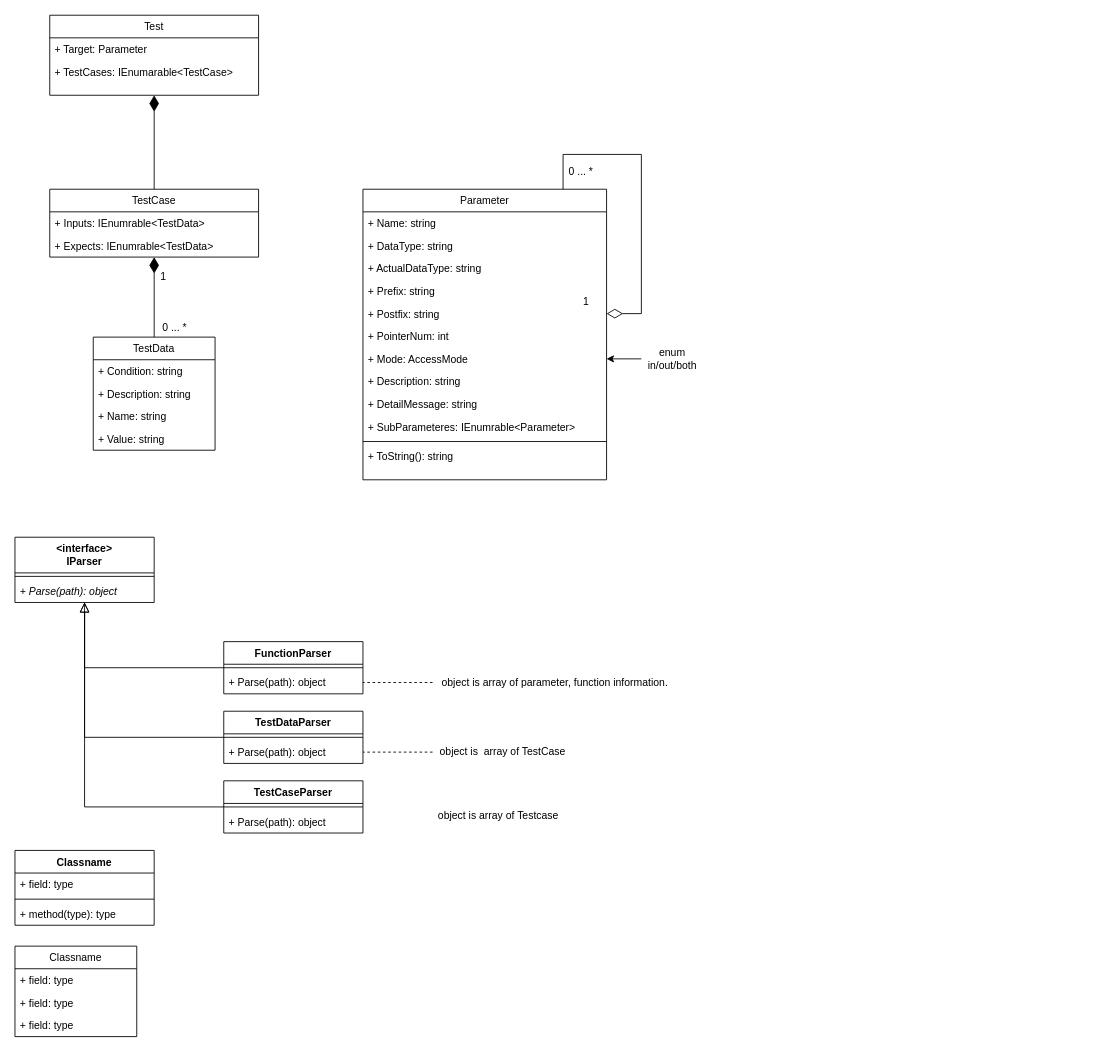
This is page "class" (3 of 4) of AutoTestPrep/doc/design/AutoTestPrep.drawio from CountrySideEngineer/TestSupportTools, a draw.io file, before an edit. Source tidied: cells renumbered, new cells numbered last; positions are measured from the earlier drawing's top-left corner, leaving out a move shared by most shapes. Both pictures are drawn from the tidied source at 87%, with x=0, y=0 at pixel (15, 15).
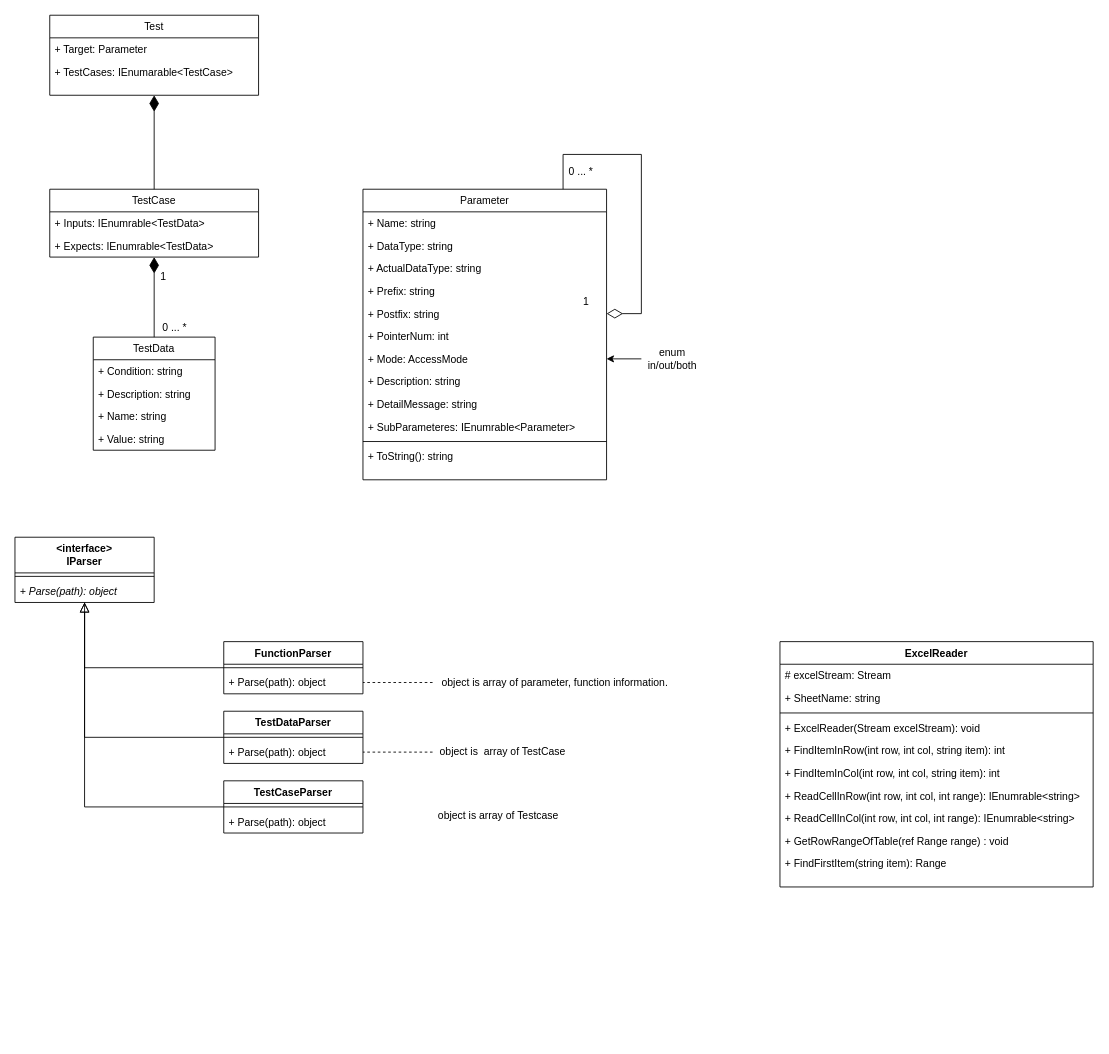
The same diagram, later.

What changed in the source:
```diff
@@
-    <mxCell id="52" value="Classname" style="swimlane;fontStyle=1;align=center;verticalAlign=top;horizontal=1;startSize=26;" parent="1" vertex="1">
-      <mxGeometry x="-0.3" y="960" width="160" height="86" as="geometry" />
-    </mxCell>
-    <mxCell id="53" value="+ field: type" style="text;strokeColor=none;fillColor=none;align=left;verticalAlign=top;spacingLeft=4;spacingRight=4;overflow=hidden;" parent="52" vertex="1">
-      <mxGeometry y="26" width="160" height="26" as="geometry" />
-    </mxCell>
-    <mxCell id="54" style="line;strokeWidth=1;fillColor=none;align=left;verticalAlign=middle;spacingTop=-1;spacingLeft=3;spacingRight=3;labelPosition=right;" parent="52" vertex="1">
-      <mxGeometry y="52" width="160" height="8" as="geometry" />
-    </mxCell>
-    <mxCell id="55" value="+ method(type): type" style="text;strokeColor=none;fillColor=none;align=left;verticalAlign=top;spacingLeft=4;spacingRight=4;overflow=hidden;" parent="52" vertex="1">
-      <mxGeometry y="60" width="160" height="26" as="geometry" />
-    </mxCell>
-    <mxCell id="56" value="Classname" style="swimlane;fontStyle=0;horizontal=1;startSize=26;fillColor=none;" parent="1" vertex="1">
-      <mxGeometry x="-0.3" y="1070" width="140" height="104" as="geometry" />
-    </mxCell>
-    <mxCell id="57" value="+ field: type" style="text;strokeColor=none;fillColor=none;align=left;verticalAlign=top;spacingLeft=4;spacingRight=4;overflow=hidden;" parent="56" vertex="1">
-      <mxGeometry y="26" width="140" height="26" as="geometry" />
-    </mxCell>
-    <mxCell id="58" value="+ field: type" style="text;strokeColor=none;fillColor=none;align=left;verticalAlign=top;spacingLeft=4;spacingRight=4;overflow=hidden;" parent="56" vertex="1">
-      <mxGeometry y="52" width="140" height="26" as="geometry" />
-    </mxCell>
-    <mxCell id="59" value="+ field: type" style="text;strokeColor=none;fillColor=none;align=left;verticalAlign=top;spacingLeft=4;spacingRight=4;overflow=hidden;" parent="56" vertex="1">
-      <mxGeometry y="78" width="140" height="26" as="geometry" />
-    </mxCell>
@@
+    <mxCell id="65" value="ExcelReader" style="swimlane;fontStyle=1;align=center;verticalAlign=top;horizontal=1;startSize=26;" parent="1" vertex="1">
+      <mxGeometry x="879" y="720" width="360" height="282" as="geometry" />
+    </mxCell>
+    <mxCell id="66" value="# excelStream: Stream" style="text;strokeColor=none;fillColor=none;align=left;verticalAlign=top;spacingLeft=4;spacingRight=4;overflow=hidden;" parent="65" vertex="1">
+      <mxGeometry y="26" width="360" height="26" as="geometry" />
+    </mxCell>
+    <mxCell id="67" value="+ SheetName: string" style="text;strokeColor=none;fillColor=none;align=left;verticalAlign=top;spacingLeft=4;spacingRight=4;overflow=hidden;" parent="65" vertex="1">
+      <mxGeometry y="52" width="360" height="26" as="geometry" />
+    </mxCell>
+    <mxCell id="68" style="line;strokeWidth=1;fillColor=none;align=left;verticalAlign=middle;spacingTop=-1;spacingLeft=3;spacingRight=3;labelPosition=right;" parent="65" vertex="1">
+      <mxGeometry y="78" width="360" height="8" as="geometry" />
+    </mxCell>
+    <mxCell id="69" value="+ ExcelReader(Stream excelStream): void" style="text;strokeColor=none;fillColor=none;align=left;verticalAlign=top;spacingLeft=4;spacingRight=4;overflow=hidden;" parent="65" vertex="1">
+      <mxGeometry y="86" width="360" height="26" as="geometry" />
+    </mxCell>
+    <mxCell id="70" value="+ FindItemInRow(int row, int col, string item): int" style="text;strokeColor=none;fillColor=none;align=left;verticalAlign=top;spacingLeft=4;spacingRight=4;overflow=hidden;" parent="65" vertex="1">
+      <mxGeometry y="112" width="360" height="26" as="geometry" />
+    </mxCell>
+    <mxCell id="71" value="+ FindItemInCol(int row, int col, string item): int" style="text;strokeColor=none;fillColor=none;align=left;verticalAlign=top;spacingLeft=4;spacingRight=4;overflow=hidden;" parent="65" vertex="1">
+      <mxGeometry y="138" width="360" height="26" as="geometry" />
+    </mxCell>
+    <mxCell id="72" value="+ ReadCellInRow(int row, int col, int range): IEnumrable&lt;string&gt;" style="text;strokeColor=none;fillColor=none;align=left;verticalAlign=top;spacingLeft=4;spacingRight=4;overflow=hidden;" parent="65" vertex="1">
+      <mxGeometry y="164" width="360" height="26" as="geometry" />
+    </mxCell>
+    <mxCell id="73" value="+ ReadCellInCol(int row, int col, int range): IEnumrable&lt;string&gt;" style="text;strokeColor=none;fillColor=none;align=left;verticalAlign=top;spacingLeft=4;spacingRight=4;overflow=hidden;" parent="65" vertex="1">
+      <mxGeometry y="190" width="360" height="26" as="geometry" />
+    </mxCell>
+    <mxCell id="74" value="+ GetRowRangeOfTable(ref Range range) : void" style="text;strokeColor=none;fillColor=none;align=left;verticalAlign=top;spacingLeft=4;spacingRight=4;overflow=hidden;" parent="65" vertex="1">
+      <mxGeometry y="216" width="360" height="26" as="geometry" />
+    </mxCell>
+    <mxCell id="75" value="+ FindFirstItem(string item): Range" style="text;strokeColor=none;fillColor=none;align=left;verticalAlign=top;spacingLeft=4;spacingRight=4;overflow=hidden;" parent="65" vertex="1">
+      <mxGeometry y="242" width="360" height="26" as="geometry" />
+    </mxCell>
+    <mxCell id="76" style="text;strokeColor=none;fillColor=none;align=left;verticalAlign=middle;spacingTop=-1;spacingLeft=4;spacingRight=4;labelPosition=right;" parent="65" vertex="1">
+      <mxGeometry y="268" width="360" height="14" as="geometry" />
+    </mxCell>
```
